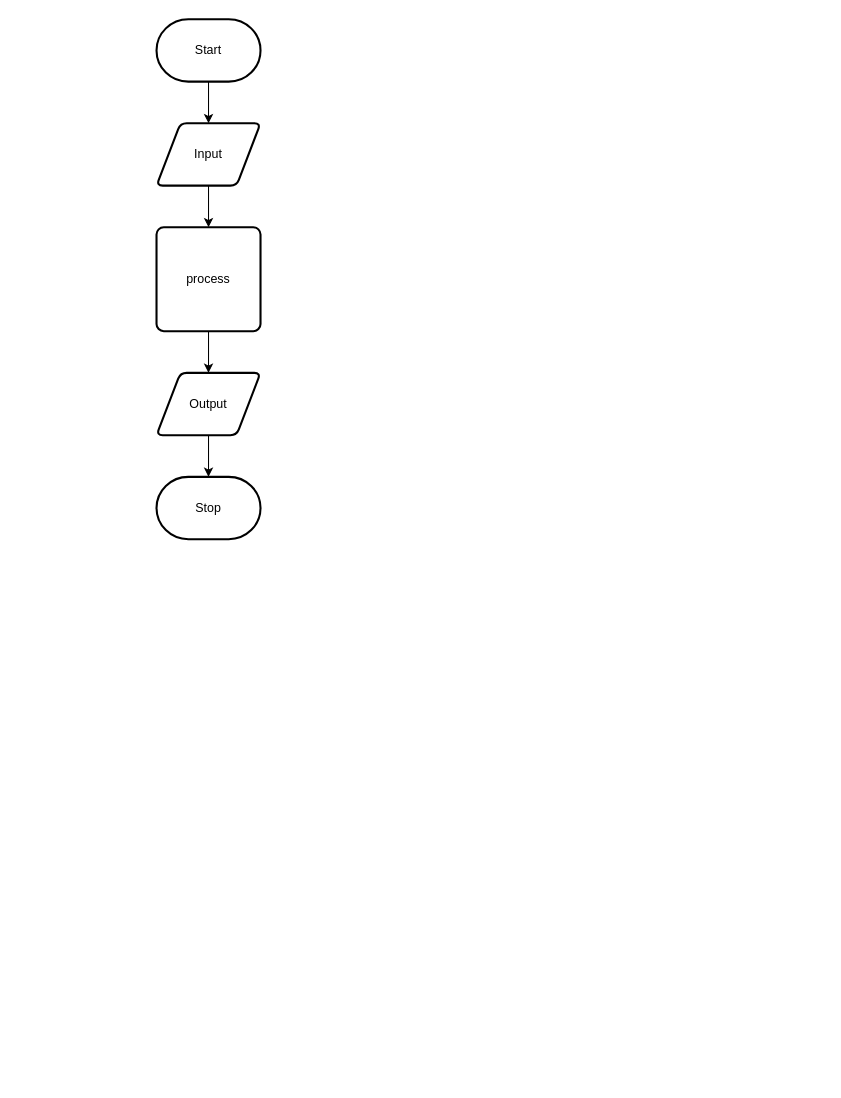
Claire-Bedrossian/ICS2O-Unit5-06-JS keeps this draw.io diagram as design/flow-chart.drawio. Above is the earlier version. Source tidied: cells renumbered, new cells numbered last; positions are measured from the earlier drawing's top-left corner, leaving out a move shared by most shapes. Both pictures are drawn from the tidied source at 104%, with x=0, y=0 at pixel (156, 19).
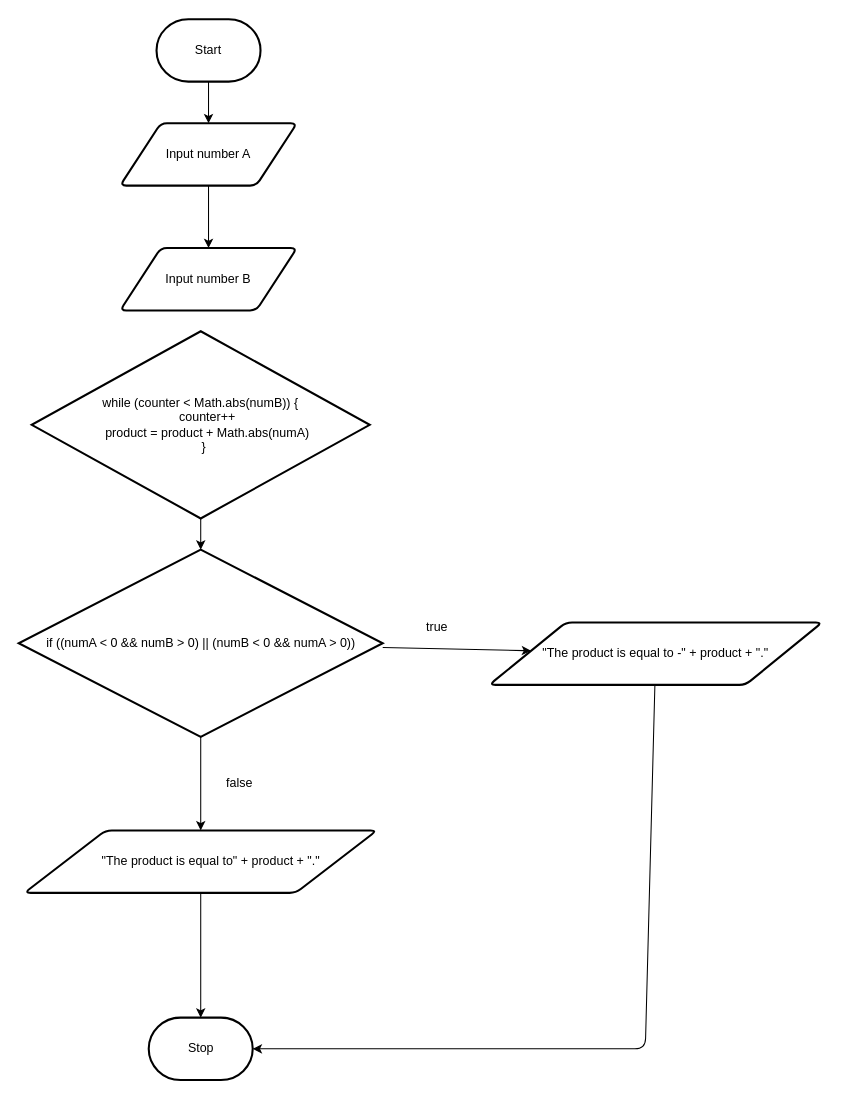
The same diagram, later.

Commit message (it also covers changes not shown here):
added flowchart and storyboard

What changed in the source:
```diff
@@
-    <mxCell id="4" style="edgeStyle=none;html=1;" parent="1" edge="1" source="5" target="7">
-      <mxGeometry relative="1" as="geometry" />
-    </mxCell>
+    <mxCell id="11" style="edgeStyle=none;html=1;entryX=0.5;entryY=0;entryDx=0;entryDy=0;" parent="1" edge="1" source="5" target="12">
+      <mxGeometry relative="1" as="geometry" />
+    </mxCell>
-    <mxCell id="5" value="Input" style="shape=parallelogram;html=1;strokeWidth=2;perimeter=parallelogramPerimeter;whiteSpace=wrap;rounded=1;arcSize=12;size=0.23;" parent="1" vertex="1">
-      <mxGeometry y="100" width="100" height="60" as="geometry" />
+    <mxCell id="5" value="Input number A" style="shape=parallelogram;html=1;strokeWidth=2;perimeter=parallelogramPerimeter;whiteSpace=wrap;rounded=1;arcSize=12;size=0.23;" parent="1" vertex="1">
+      <mxGeometry x="-35" y="100" width="170" height="60" as="geometry" />
     </mxCell>
-    <mxCell id="6" style="edgeStyle=none;html=1;" parent="1" edge="1" source="7" target="9">
-      <mxGeometry relative="1" as="geometry" />
-    </mxCell>
-    <mxCell id="7" value="process" style="rounded=1;whiteSpace=wrap;html=1;absoluteArcSize=1;arcSize=14;strokeWidth=2;" parent="1" vertex="1">
-      <mxGeometry y="200" width="100" height="100" as="geometry" />
-    </mxCell>
@@
-    <mxCell id="9" value="Output" style="shape=parallelogram;html=1;strokeWidth=2;perimeter=parallelogramPerimeter;whiteSpace=wrap;rounded=1;arcSize=12;size=0.23;" parent="1" vertex="1">
-      <mxGeometry y="340" width="100" height="60" as="geometry" />
+    <mxCell id="9" value="&lt;div&gt;&amp;nbsp; &amp;nbsp; &amp;nbsp; &quot;The product is equal to&quot; + product + &quot;.&quot;&lt;/div&gt;" style="shape=parallelogram;html=1;strokeWidth=2;perimeter=parallelogramPerimeter;whiteSpace=wrap;rounded=1;arcSize=12;size=0.23;" parent="1" vertex="1">
+      <mxGeometry x="-126.9" y="780" width="338.8" height="60" as="geometry" />
     </mxCell>
     <mxCell id="10" value="Stop" style="strokeWidth=2;html=1;shape=mxgraph.flowchart.terminator;whiteSpace=wrap;" parent="1" vertex="1">
-      <mxGeometry y="440" width="100" height="60" as="geometry" />
+      <mxGeometry x="-7.5" y="960" width="100" height="60" as="geometry" />
     </mxCell>
+    <mxCell id="12" value="Input number B" style="shape=parallelogram;html=1;strokeWidth=2;perimeter=parallelogramPerimeter;whiteSpace=wrap;rounded=1;arcSize=12;size=0.23;" parent="1" vertex="1">
+      <mxGeometry x="-35" y="220" width="170" height="60" as="geometry" />
+    </mxCell>
+    <mxCell id="13" style="edgeStyle=none;html=1;exitX=0.5;exitY=1;exitDx=0;exitDy=0;exitPerimeter=0;entryX=0.5;entryY=0;entryDx=0;entryDy=0;" parent="1" edge="1" source="15" target="9">
+      <mxGeometry relative="1" as="geometry" />
+    </mxCell>
+    <mxCell id="14" style="edgeStyle=none;html=1;" parent="1" edge="1" source="15" target="19">
+      <mxGeometry relative="1" as="geometry" />
+    </mxCell>
+    <mxCell id="15" value="if ((numA &amp;lt; 0 &amp;amp;&amp;amp; numB &amp;gt; 0) || (numB &amp;lt; 0 &amp;amp;&amp;amp; numA &amp;gt; 0))" style="strokeWidth=2;html=1;shape=mxgraph.flowchart.decision;whiteSpace=wrap;" parent="1" vertex="1">
+      <mxGeometry x="-132.5" y="510" width="350" height="180" as="geometry" />
+    </mxCell>
+    <mxCell id="16" style="edgeStyle=none;html=1;entryX=0.5;entryY=0;entryDx=0;entryDy=0;entryPerimeter=0;" parent="1" edge="1" source="17" target="15">
+      <mxGeometry relative="1" as="geometry" />
+    </mxCell>
+    <mxCell id="17" value="&lt;div&gt;while (counter &amp;lt; Math.abs(numB)) {&lt;/div&gt;&lt;div&gt;&amp;nbsp; &amp;nbsp; counter++&lt;/div&gt;&lt;div&gt;&amp;nbsp; &amp;nbsp; product = product + Math.abs(numA)&lt;/div&gt;&lt;div&gt;&amp;nbsp; }&lt;/div&gt;" style="strokeWidth=2;html=1;shape=mxgraph.flowchart.decision;whiteSpace=wrap;" parent="1" vertex="1">
+      <mxGeometry x="-120" y="300" width="325" height="180" as="geometry" />
+    </mxCell>
+    <mxCell id="18" style="edgeStyle=none;html=1;entryX=1;entryY=0.5;entryDx=0;entryDy=0;entryPerimeter=0;" parent="1" edge="1" source="19" target="10">
+      <mxGeometry relative="1" as="geometry">
+        <Array as="points">
+          <mxPoint x="470" y="990" />
+        </Array>
+      </mxGeometry>
+    </mxCell>
+    <mxCell id="19" value="&quot;The product is equal to -&quot; + product + &quot;.&quot;" style="shape=parallelogram;html=1;strokeWidth=2;perimeter=parallelogramPerimeter;whiteSpace=wrap;rounded=1;arcSize=12;size=0.23;" parent="1" vertex="1">
+      <mxGeometry x="320" y="580" width="320" height="60" as="geometry" />
+    </mxCell>
+    <mxCell id="20" value="true" style="text;html=1;strokeColor=none;fillColor=none;align=center;verticalAlign=middle;whiteSpace=wrap;rounded=0;" parent="1" vertex="1">
+      <mxGeometry x="240" y="570" width="60" height="30" as="geometry" />
+    </mxCell>
+    <mxCell id="21" value="false" style="text;html=1;strokeColor=none;fillColor=none;align=center;verticalAlign=middle;whiteSpace=wrap;rounded=0;" parent="1" vertex="1">
+      <mxGeometry x="50" y="720" width="60" height="30" as="geometry" />
+    </mxCell>
```
